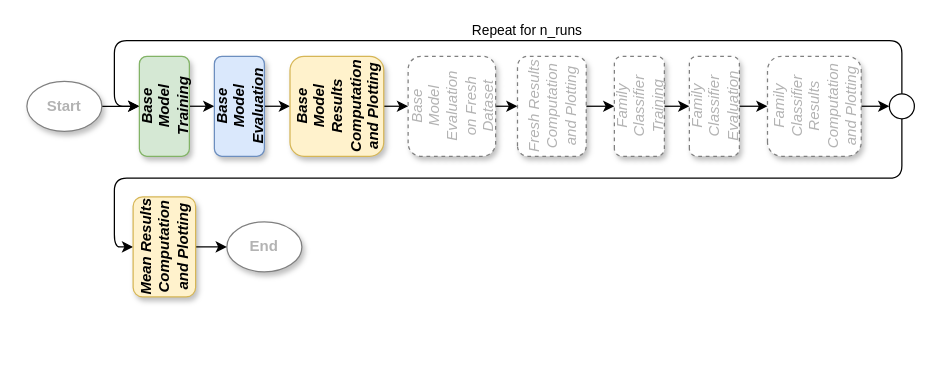
This is page "workflow_sorel" (2 of 17) of Thesis/images/workflow.drawio from cmikke97/Thesis, a draw.io file, before an edit. Source tidied: cells renumbered, new cells numbered last; positions are measured from the earlier drawing's top-left corner, leaving out a move shared by most shapes. Both pictures are drawn from the tidied source at 125%, with x=0, y=0 at pixel (26, 40).
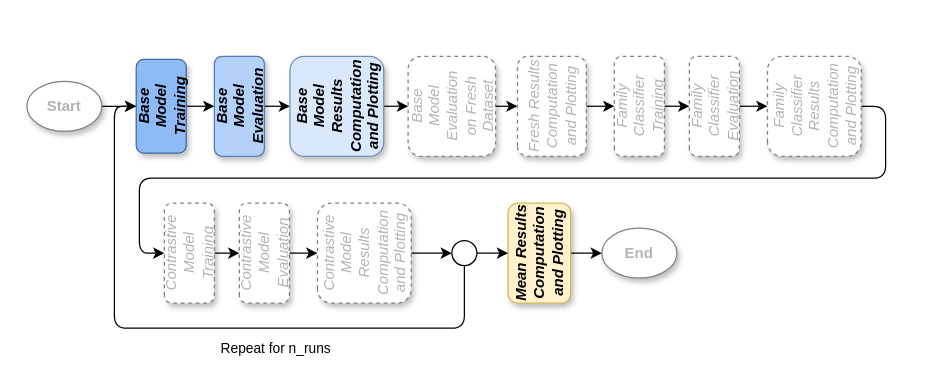
After the change.

What changed in the source:
```diff
@@
-    <mxCell id="3" value="Start" style="ellipse;whiteSpace=wrap;html=1;shadow=1;fontStyle=1;fontColor=#B3B3B3;strokeColor=#808080;" parent="1" vertex="1">
+    <mxCell id="3" value="Start" style="ellipse;whiteSpace=wrap;html=1;shadow=1;fontStyle=1;fontColor=#B3B3B3;fillColor=#FFFFFF;strokeColor=#808080;" parent="1" vertex="1">
       <mxGeometry y="32.5" width="60" height="40" as="geometry" />
     </mxCell>
-    <mxCell id="4" style="edgeStyle=orthogonalEdgeStyle;rounded=1;jettySize=auto;html=1;exitX=0.5;exitY=1;exitDx=0;exitDy=0;entryX=0.5;entryY=0;entryDx=0;entryDy=0;" parent="1" edge="1" source="5" target="20">
-      <mxGeometry relative="1" as="geometry">
-        <Array as="points">
-          <mxPoint x="700" y="110" />
-          <mxPoint x="70" y="110" />
-          <mxPoint x="70" y="165" />
-        </Array>
-      </mxGeometry>
-    </mxCell>
-    <mxCell id="5" style="ellipse;whiteSpace=wrap;html=1;labelPosition=right;verticalLabelPosition=middle;align=left;verticalAlign=middle;" parent="1" vertex="1">
-      <mxGeometry x="690" y="42.5" width="20" height="20" as="geometry" />
-    </mxCell>
-    <mxCell id="6" style="endArrow=classic;html=1;rounded=1;edgeStyle=orthogonalEdgeStyle;labelPosition=center;verticalLabelPosition=top;align=center;verticalAlign=bottom;entryX=0.5;entryY=0;entryDx=0;entryDy=0;exitX=0.5;exitY=0;exitDx=0;exitDy=0;" parent="1" edge="1" source="5" target="10">
-      <mxGeometry relative="1" as="geometry">
-        <Array as="points">
-          <mxPoint x="700" />
-          <mxPoint x="70" />
-          <mxPoint x="70" y="52" />
-        </Array>
-      </mxGeometry>
-    </mxCell>
-    <mxCell id="7" value="Repeat for n_runs" style="edgeLabel;html=1;align=center;verticalAlign=bottom;labelBackgroundColor=none;labelPosition=center;verticalLabelPosition=top;" parent="6" vertex="1">
-      <mxGeometry x="-0.08" y="1" relative="1" as="geometry">
-        <mxPoint y="-1" as="offset" />
-      </mxGeometry>
-    </mxCell>
-    <mxCell id="8" value="End" style="ellipse;whiteSpace=wrap;html=1;shadow=1;fontStyle=1;fontColor=#B3B3B3;strokeColor=#808080;" parent="1" vertex="1">
-      <mxGeometry x="160" y="145" width="60" height="40" as="geometry" />
+    <mxCell id="8" value="End" style="ellipse;whiteSpace=wrap;html=1;shadow=1;fontStyle=1;fontColor=#B3B3B3;fillColor=#FFFFFF;strokeColor=#808080;" parent="1" vertex="1">
+      <mxGeometry x="460" y="150" width="60" height="40" as="geometry" />
     </mxCell>
@@
-    <mxCell id="10" value="Base&lt;br&gt;Model&lt;br&gt;Training" style="rounded=1;whiteSpace=wrap;html=1;shadow=1;sketch=0;fillColor=#d5e8d4;strokeColor=#82b366;fontStyle=3;rotation=-90;" parent="1" vertex="1">
-      <mxGeometry x="70" y="32.5" width="80" height="40" as="geometry" />
+    <mxCell id="10" value="Base&lt;br&gt;Model&lt;br&gt;Training" style="rounded=1;whiteSpace=wrap;html=1;shadow=1;sketch=0;fontStyle=3;rotation=-90;fillColor=#8EBBF6;strokeColor=#44699C;" parent="1" vertex="1">
+      <mxGeometry x="70" y="32.5" width="75" height="40" as="geometry" />
     </mxCell>
@@
-    <mxCell id="12" value="Base&lt;br&gt;Model&lt;br&gt;Evaluation" style="rounded=1;whiteSpace=wrap;html=1;shadow=1;sketch=0;fillColor=#dae8fc;strokeColor=#6c8ebf;fontStyle=3;rotation=-90;" parent="1" vertex="1">
+    <mxCell id="12" value="Base&lt;br&gt;Model&lt;br&gt;Evaluation" style="rounded=1;whiteSpace=wrap;html=1;shadow=1;sketch=0;fontStyle=3;rotation=-90;fillColor=#B4D2F9;strokeColor=#557DB4;" parent="1" vertex="1">
       <mxGeometry x="130" y="32.5" width="80" height="40" as="geometry" />
     </mxCell>
@@
-    <mxCell id="14" value="Base&lt;br&gt;Model&lt;br&gt;Results&lt;br&gt;Computation&lt;br&gt;and Plotting" style="rounded=1;whiteSpace=wrap;html=1;shadow=1;sketch=0;fillColor=#fff2cc;strokeColor=#d6b656;fontStyle=3;rotation=-90;" parent="1" vertex="1">
+    <mxCell id="14" value="Base&lt;br&gt;Model&lt;br&gt;Results&lt;br&gt;Computation&lt;br&gt;and Plotting" style="rounded=1;whiteSpace=wrap;html=1;shadow=1;sketch=0;fontStyle=3;rotation=-90;strokeColor=#6C8EBF;fillColor=#DAE8FC;" parent="1" vertex="1">
       <mxGeometry x="208" y="15" width="80" height="75" as="geometry" />
     </mxCell>
@@
-    <mxCell id="16" value="Base&lt;br&gt;Model&lt;br&gt;Evaluation&lt;br&gt;on Fresh&lt;br&gt;Dataset" style="rounded=1;whiteSpace=wrap;html=1;shadow=1;sketch=0;fontStyle=2;dashed=1;rotation=-90;fontColor=#B3B3B3;strokeColor=#808080;fillColor=#FFFFFF;" parent="1" vertex="1">
+    <mxCell id="16" value="Base&lt;br&gt;Model&lt;br&gt;Evaluation&lt;br&gt;on Fresh&lt;br&gt;Dataset" style="rounded=1;whiteSpace=wrap;html=1;shadow=1;sketch=0;fontStyle=2;dashed=1;rotation=-90;fontColor=#B3B3B3;fillColor=#FFFFFF;strokeColor=#808080;" parent="1" vertex="1">
       <mxGeometry x="300" y="17.5" width="80" height="70" as="geometry" />
     </mxCell>
@@
-    <mxCell id="18" value="Fresh Results&lt;br&gt;Computation&lt;br&gt;and Plotting" style="rounded=1;whiteSpace=wrap;html=1;shadow=1;sketch=0;fontStyle=2;dashed=1;rotation=-90;fontColor=#B3B3B3;strokeColor=#808080;fillColor=#FFFFFF;" parent="1" vertex="1">
+    <mxCell id="18" value="Fresh Results&lt;br&gt;Computation&lt;br&gt;and Plotting" style="rounded=1;whiteSpace=wrap;html=1;shadow=1;sketch=0;fontStyle=2;dashed=1;rotation=-90;fontColor=#B3B3B3;fillColor=#FFFFFF;strokeColor=#808080;" parent="1" vertex="1">
       <mxGeometry x="380" y="25" width="80" height="55" as="geometry" />
     </mxCell>
@@
     <mxCell id="20" value="Mean Results&lt;br&gt;Computation&lt;br&gt;and Plotting" style="rounded=1;whiteSpace=wrap;html=1;shadow=1;sketch=0;fillColor=#fff2cc;strokeColor=#d6b656;fontStyle=3;rotation=-90;" parent="1" vertex="1">
-      <mxGeometry x="70" y="140" width="80" height="50" as="geometry" />
+      <mxGeometry x="370" y="145" width="80" height="50" as="geometry" />
     </mxCell>
@@
-    <mxCell id="22" value="Family&lt;br&gt;Classifier&lt;br&gt;Training" style="rounded=1;whiteSpace=wrap;html=1;shadow=1;sketch=0;fontStyle=2;dashed=1;rotation=-90;fontColor=#B3B3B3;strokeColor=#808080;fillColor=#FFFFFF;" parent="1" vertex="1">
+    <mxCell id="22" value="Family&lt;br&gt;Classifier&lt;br&gt;Training" style="rounded=1;whiteSpace=wrap;html=1;shadow=1;sketch=0;fontStyle=2;dashed=1;rotation=-90;fontColor=#B3B3B3;fillColor=#FFFFFF;strokeColor=#808080;" parent="1" vertex="1">
       <mxGeometry x="450" y="32.5" width="80" height="40" as="geometry" />
     </mxCell>
@@
-    <mxCell id="24" value="Family&lt;br&gt;Classifier&lt;br&gt;Evaluation" style="rounded=1;whiteSpace=wrap;html=1;shadow=1;sketch=0;fontStyle=2;dashed=1;rotation=-90;fontColor=#B3B3B3;strokeColor=#808080;fillColor=#FFFFFF;" parent="1" vertex="1">
+    <mxCell id="24" value="Family&lt;br&gt;Classifier&lt;br&gt;Evaluation" style="rounded=1;whiteSpace=wrap;html=1;shadow=1;sketch=0;fontStyle=2;dashed=1;rotation=-90;fontColor=#B3B3B3;fillColor=#FFFFFF;strokeColor=#808080;" parent="1" vertex="1">
       <mxGeometry x="510" y="32.5" width="80" height="40" as="geometry" />
     </mxCell>
-    <mxCell id="25" style="edgeStyle=orthogonalEdgeStyle;rounded=1;jettySize=auto;html=1;exitX=0.5;exitY=1;exitDx=0;exitDy=0;entryX=0;entryY=0.5;entryDx=0;entryDy=0;" parent="1" edge="1" source="26" target="5">
-      <mxGeometry relative="1" as="geometry" />
-    </mxCell>
+    <mxCell id="27" style="edgeStyle=orthogonalEdgeStyle;rounded=1;jettySize=auto;html=1;exitX=0.5;exitY=1;exitDx=0;exitDy=0;entryX=0.5;entryY=0;entryDx=0;entryDy=0;" parent="1" edge="1" source="26" target="29">
+      <mxGeometry relative="1" as="geometry">
+        <Array as="points">
+          <mxPoint x="687" y="52" />
+          <mxPoint x="687" y="110" />
+          <mxPoint x="90" y="110" />
+          <mxPoint x="90" y="170" />
+        </Array>
+      </mxGeometry>
+    </mxCell>
-    <mxCell id="26" value="Family&lt;br&gt;Classifier&lt;br&gt;Results&lt;br&gt;Computation&lt;br&gt;and Plotting" style="rounded=1;whiteSpace=wrap;html=1;shadow=1;sketch=0;fontStyle=2;dashed=1;rotation=-90;fontColor=#B3B3B3;strokeColor=#808080;fillColor=#FFFFFF;" parent="1" vertex="1">
+    <mxCell id="26" value="Family&lt;br&gt;Classifier&lt;br&gt;Results&lt;br&gt;Computation&lt;br&gt;and Plotting" style="rounded=1;whiteSpace=wrap;html=1;shadow=1;sketch=0;fontStyle=2;dashed=1;rotation=-90;fontColor=#B3B3B3;fillColor=#FFFFFF;strokeColor=#808080;" parent="1" vertex="1">
       <mxGeometry x="590" y="15" width="80" height="75" as="geometry" />
     </mxCell>
+    <mxCell id="28" style="edgeStyle=orthogonalEdgeStyle;rounded=0;jettySize=auto;html=1;exitX=0.5;exitY=1;exitDx=0;exitDy=0;entryX=0.5;entryY=0;entryDx=0;entryDy=0;" parent="1" edge="1" source="29" target="31">
+      <mxGeometry relative="1" as="geometry" />
+    </mxCell>
+    <mxCell id="29" value="Contrastive&lt;br&gt;Model&lt;br&gt;Training" style="rounded=1;whiteSpace=wrap;html=1;shadow=1;sketch=0;fontStyle=2;dashed=1;rotation=-90;fontColor=#B3B3B3;fillColor=#FFFFFF;strokeColor=#808080;" parent="1" vertex="1">
+      <mxGeometry x="90" y="150" width="80" height="40" as="geometry" />
+    </mxCell>
+    <mxCell id="30" style="edgeStyle=orthogonalEdgeStyle;rounded=0;jettySize=auto;html=1;exitX=0.5;exitY=1;exitDx=0;exitDy=0;entryX=0.5;entryY=0;entryDx=0;entryDy=0;" parent="1" edge="1" source="31" target="33">
+      <mxGeometry relative="1" as="geometry" />
+    </mxCell>
+    <mxCell id="31" value="Contrastive&lt;br&gt;Model&lt;br&gt;Evaluation" style="rounded=1;whiteSpace=wrap;html=1;shadow=1;sketch=0;fontStyle=2;dashed=1;rotation=-90;fontColor=#B3B3B3;fillColor=#FFFFFF;strokeColor=#808080;" parent="1" vertex="1">
+      <mxGeometry x="150" y="150" width="80" height="40" as="geometry" />
+    </mxCell>
+    <mxCell id="32" style="edgeStyle=orthogonalEdgeStyle;rounded=0;jettySize=auto;html=1;exitX=0.5;exitY=1;exitDx=0;exitDy=0;entryX=0;entryY=0.5;entryDx=0;entryDy=0;" parent="1" edge="1" source="33" target="36">
+      <mxGeometry relative="1" as="geometry" />
+    </mxCell>
+    <mxCell id="33" value="Contrastive&lt;br&gt;Model&lt;br&gt;Results&lt;br&gt;Computation&lt;br&gt;and Plotting" style="rounded=1;whiteSpace=wrap;html=1;shadow=1;sketch=0;fontStyle=2;dashed=1;rotation=-90;fontColor=#B3B3B3;fillColor=#FFFFFF;strokeColor=#808080;" parent="1" vertex="1">
+      <mxGeometry x="230" y="132.5" width="80" height="75" as="geometry" />
+    </mxCell>
+    <mxCell id="34" style="edgeStyle=orthogonalEdgeStyle;rounded=0;jettySize=auto;html=1;exitX=1;exitY=0.5;exitDx=0;exitDy=0;entryX=0.5;entryY=0;entryDx=0;entryDy=0;" parent="1" edge="1" source="36" target="20">
+      <mxGeometry relative="1" as="geometry" />
+    </mxCell>
+    <mxCell id="35" style="edgeStyle=orthogonalEdgeStyle;rounded=1;jettySize=auto;html=1;exitX=0.5;exitY=1;exitDx=0;exitDy=0;entryX=0.5;entryY=0;entryDx=0;entryDy=0;" parent="1" edge="1" source="36" target="10">
+      <mxGeometry relative="1" as="geometry">
+        <Array as="points">
+          <mxPoint x="350" y="230" />
+          <mxPoint x="70" y="230" />
+          <mxPoint x="70" y="52" />
+        </Array>
+      </mxGeometry>
+    </mxCell>
+    <mxCell id="7" value="Repeat for n_runs" style="edgeLabel;html=1;align=center;verticalAlign=top;labelPosition=center;verticalLabelPosition=bottom;labelBackgroundColor=none;" parent="35" vertex="1">
+      <mxGeometry x="-0.23" y="3" relative="1" as="geometry" />
+    </mxCell>
+    <mxCell id="36" style="ellipse;whiteSpace=wrap;html=1;" parent="1" vertex="1">
+      <mxGeometry x="340" y="160" width="20" height="20" as="geometry" />
+    </mxCell>
```
